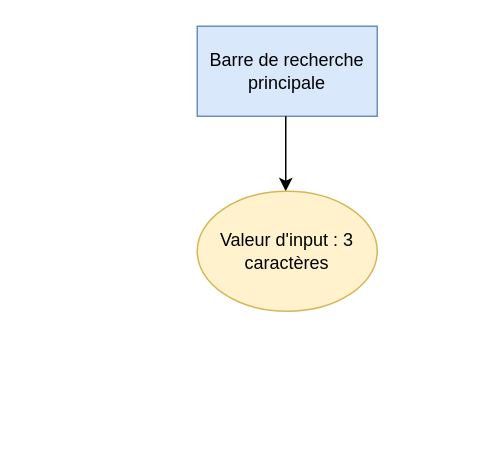
The draw.io diagram Diagramme 2 solutions tri.drawio in Romain-6793/RomainClaudot_7_30052022, before the edit. Source tidied: cells renumbered, new cells numbered last; positions are measured from the earlier drawing's top-left corner, leaving out a move shared by most shapes. Both pictures are drawn from the tidied source at 150%, with x=0, y=0 at pixel (196, 26).
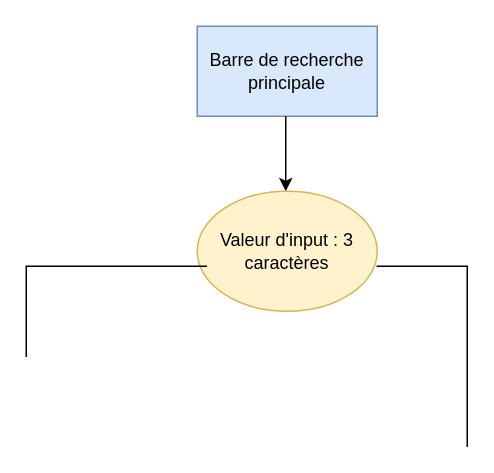
After the change.

Commit message (it also covers changes not shown here):
Mettre à jour Diagramme 2 solutions tri.drawio

Diff of the diagram source:
```diff
@@
 <mxGraphModel>
   <root>
     <mxCell id="0" />
     <mxCell id="1" parent="0" />
+    <mxCell id="5" style="shape=partialRectangle;whiteSpace=wrap;html=1;top=0;left=0;fillColor=none;direction=north;" parent="1" vertex="1">
+      <mxGeometry x="120" y="160" width="60" height="120" as="geometry" />
+    </mxCell>
     <mxCell id="2" value="&lt;div&gt;Barre de recherche principale&lt;/div&gt;" style="rounded=0;whiteSpace=wrap;html=1;direction=west;fillColor=#dae8fc;strokeColor=#6c8ebf;" parent="1" vertex="1">
       <mxGeometry width="120" height="60" as="geometry" />
     </mxCell>
     <mxCell id="3" style="endArrow=classic;html=1;rounded=0;" parent="1" edge="1">
       <mxGeometry relative="1" as="geometry">
         <mxPoint x="59" y="60" as="sourcePoint" />
         <mxPoint x="59" y="110" as="targetPoint" />
       </mxGeometry>
     </mxCell>
     <mxCell id="4" value="&lt;div&gt;Valeur d'input : 3 caractères&lt;/div&gt;" style="ellipse;whiteSpace=wrap;html=1;fillColor=#fff2cc;strokeColor=#d6b656;" parent="1" vertex="1">
       <mxGeometry y="110" width="120" height="80" as="geometry" />
     </mxCell>
+    <mxCell id="6" style="shape=partialRectangle;whiteSpace=wrap;html=1;bottom=0;right=0;fillColor=none;" parent="1" vertex="1">
+      <mxGeometry x="-114" y="160" width="120" height="60" as="geometry" />
+    </mxCell>
   </root>
 </mxGraphModel>
```
